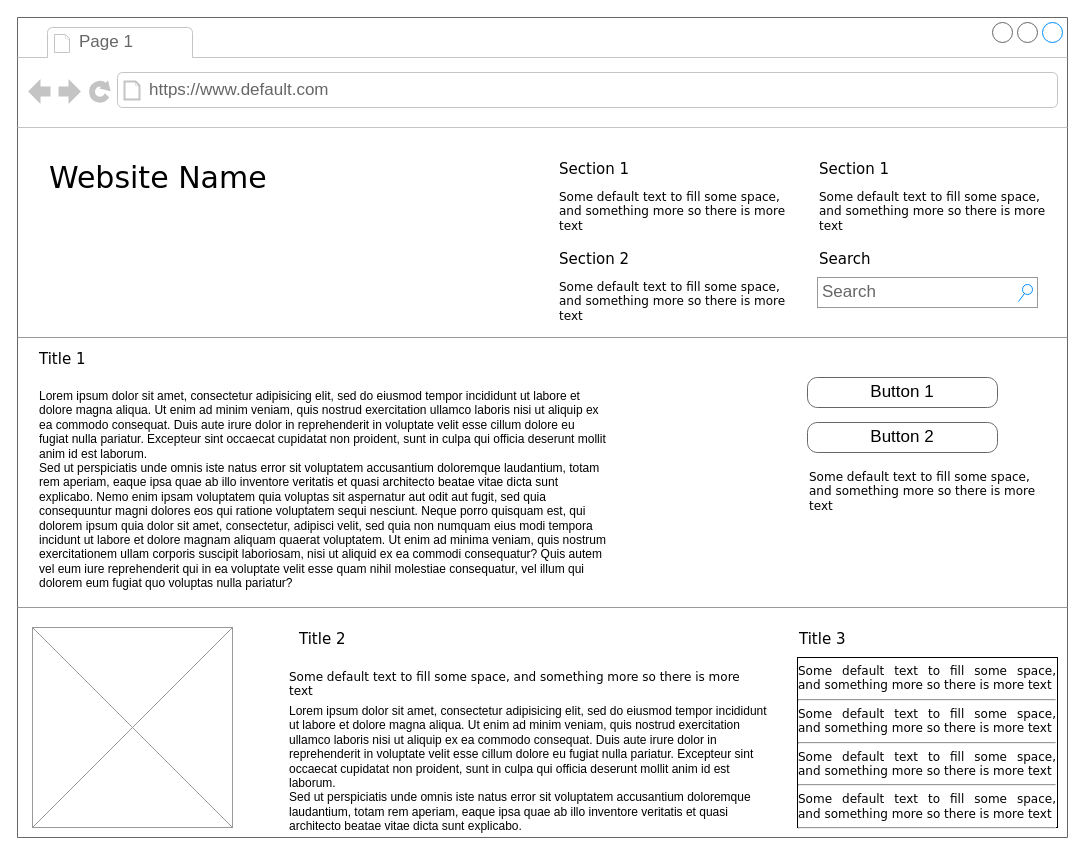
Earlier version of the draw.io diagram Untitled Diagram.drawio (Kimmytee/index.html). Source tidied: cells renumbered, new cells numbered last; positions are measured from the earlier drawing's top-left corner, leaving out a move shared by most shapes. Both pictures are drawn from the tidied source at 100%, with x=0, y=0 at pixel (17, 17).
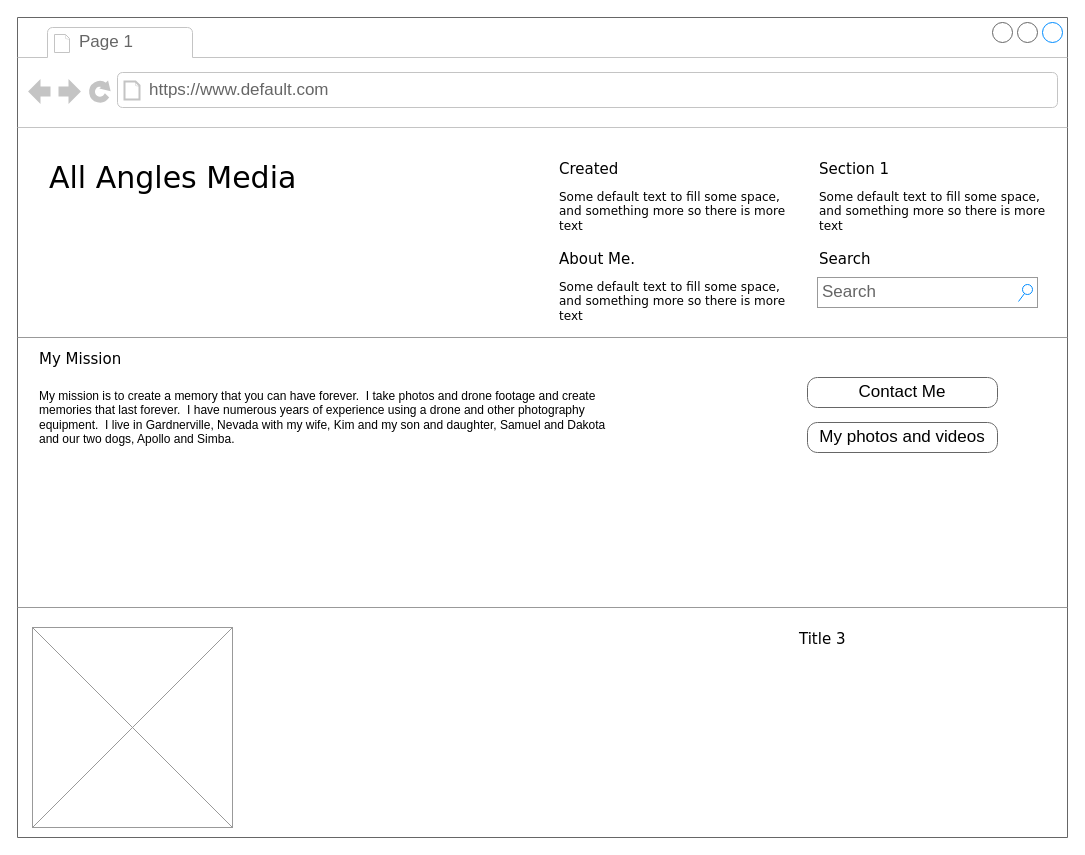
After the change.

Commit message:
All Angles Media website

Unchanged cells that the change refers to:
```xml
<mxCell id="2" style="strokeWidth=1;shadow=0;dashed=0;align=center;html=1;shape=mxgraph.mockup.containers.browserWindow;rSize=0;strokeColor=#666666;mainText=,;rounded=0;labelBackgroundColor=none;fontFamily=Verdana;fontSize=12;" parent="1" vertex="1">
  <mxGeometry width="1050" height="820" as="geometry" />
</mxCell>
```

The edit, as a diff of the source:
```diff
@@
-    <mxCell id="5" value="Website Name" style="text;html=1;align=left;verticalAlign=top;spacingTop=-4;fontSize=30;fontFamily=Verdana;" parent="2" vertex="1">
+    <mxCell id="5" value="All Angles Media&amp;nbsp;" style="text;html=1;align=left;verticalAlign=top;spacingTop=-4;fontSize=30;fontFamily=Verdana;" parent="2" vertex="1">
       <mxGeometry x="30" y="140" width="340" height="50" as="geometry" />
     </mxCell>
-    <mxCell id="6" value="Section 1" style="text;html=1;align=left;verticalAlign=top;spacingTop=-4;fontSize=15;fontFamily=Verdana;" parent="2" vertex="1">
+    <mxCell id="6" value="Created&amp;nbsp;" style="text;html=1;align=left;verticalAlign=top;spacingTop=-4;fontSize=15;fontFamily=Verdana;" parent="2" vertex="1">
       <mxGeometry x="540" y="140" width="170" height="30" as="geometry" />
     </mxCell>
@@
-    <mxCell id="8" value="Section 2" style="text;html=1;align=left;verticalAlign=top;spacingTop=-4;fontSize=15;fontFamily=Verdana;" parent="2" vertex="1">
+    <mxCell id="8" value="About Me.&amp;nbsp;" style="text;html=1;align=left;verticalAlign=top;spacingTop=-4;fontSize=15;fontFamily=Verdana;" parent="2" vertex="1">
       <mxGeometry x="540" y="230" width="170" height="30" as="geometry" />
     </mxCell>
@@
-    <mxCell id="15" value="Title 1" style="text;html=1;align=left;verticalAlign=top;spacingTop=-4;fontSize=15;fontFamily=Verdana;" parent="2" vertex="1">
+    <mxCell id="15" value="My Mission&amp;nbsp;" style="text;html=1;align=left;verticalAlign=top;spacingTop=-4;fontSize=15;fontFamily=Verdana;" parent="2" vertex="1">
       <mxGeometry x="20" y="330" width="170" height="30" as="geometry" />
     </mxCell>
-    <mxCell id="16" value="Lorem ipsum dolor sit amet, consectetur adipisicing elit, sed do eiusmod tempor incididunt ut labore et dolore magna aliqua. Ut enim ad minim veniam, quis nostrud exercitation ullamco laboris nisi ut aliquip ex ea commodo consequat. Duis aute irure dolor in reprehenderit in voluptate velit esse cillum dolore eu fugiat nulla pariatur. Excepteur sint occaecat cupidatat non proident, sunt in culpa qui officia deserunt mollit anim id est laborum.&#10;Sed ut perspiciatis unde omnis iste natus error sit voluptatem accusantium doloremque laudantium, totam rem aperiam, eaque ipsa quae ab illo inventore veritatis et quasi architecto beatae vitae dicta sunt explicabo. Nemo enim ipsam voluptatem quia voluptas sit aspernatur aut odit aut fugit, sed quia consequuntur magni dolores eos qui ratione voluptatem sequi nesciunt. Neque porro quisquam est, qui dolorem ipsum quia dolor sit amet, consectetur, adipisci velit, sed quia non numquam eius modi tempora incidunt ut labore et dolore magnam aliquam quaerat voluptatem. Ut enim ad minima veniam, quis nostrum exercitationem ullam corporis suscipit laboriosam, nisi ut aliquid ex ea commodi consequatur? Quis autem vel eum iure reprehenderit qui in ea voluptate velit esse quam nihil molestiae consequatur, vel illum qui dolorem eum fugiat quo voluptas nulla pariatur?" style="text;spacingTop=-5;whiteSpace=wrap;html=1;align=left;fontSize=12;fontFamily=Helvetica;fillColor=none;strokeColor=none;rounded=0;shadow=1;labelBackgroundColor=none;" parent="2" vertex="1">
+    <mxCell id="16" value="My mission is to create a memory that you can have forever.&amp;nbsp; I take photos and drone footage and create memories that last forever.&amp;nbsp; I have numerous years of experience using a drone and other photography equipment.&amp;nbsp; I live in Gardnerville, Nevada with my wife, Kim and my son and daughter, Samuel and Dakota and our two dogs, Apollo and Simba.&amp;nbsp;&amp;nbsp;" style="text;spacingTop=-5;whiteSpace=wrap;html=1;align=left;fontSize=12;fontFamily=Helvetica;fillColor=none;strokeColor=none;rounded=0;shadow=1;labelBackgroundColor=none;" parent="2" vertex="1">
       <mxGeometry x="20" y="370" width="570" height="240" as="geometry" />
     </mxCell>
-    <mxCell id="17" value="Button 1" style="strokeWidth=1;shadow=0;dashed=0;align=center;html=1;shape=mxgraph.mockup.buttons.button;strokeColor=#666666;mainText=;buttonStyle=round;fontSize=17;fontStyle=0;fillColor=none;whiteSpace=wrap;rounded=0;labelBackgroundColor=none;" parent="2" vertex="1">
+    <mxCell id="17" value="Contact Me" style="strokeWidth=1;shadow=0;dashed=0;align=center;html=1;shape=mxgraph.mockup.buttons.button;strokeColor=#666666;mainText=;buttonStyle=round;fontSize=17;fontStyle=0;fillColor=none;whiteSpace=wrap;rounded=0;labelBackgroundColor=none;" parent="2" vertex="1">
       <mxGeometry x="790" y="360" width="190" height="30" as="geometry" />
     </mxCell>
-    <mxCell id="18" value="Button 2" style="strokeWidth=1;shadow=0;dashed=0;align=center;html=1;shape=mxgraph.mockup.buttons.button;strokeColor=#666666;mainText=;buttonStyle=round;fontSize=17;fontStyle=0;fillColor=none;whiteSpace=wrap;rounded=0;labelBackgroundColor=none;" parent="2" vertex="1">
+    <mxCell id="18" value="My photos and videos" style="strokeWidth=1;shadow=0;dashed=0;align=center;html=1;shape=mxgraph.mockup.buttons.button;strokeColor=#666666;mainText=;buttonStyle=round;fontSize=17;fontStyle=0;fillColor=none;whiteSpace=wrap;rounded=0;labelBackgroundColor=none;" parent="2" vertex="1">
       <mxGeometry x="790" y="405" width="190" height="30" as="geometry" />
     </mxCell>
-    <mxCell id="19" value="Some default text to fill some space, and&amp;nbsp;&lt;span&gt;something more so there is more text&lt;/span&gt;" style="text;html=1;align=left;verticalAlign=top;spacingTop=-4;fontSize=12;fontFamily=Verdana;whiteSpace=wrap;" parent="2" vertex="1">
-      <mxGeometry x="790" y="450" width="240" height="40" as="geometry" />
-    </mxCell>
@@
-    <mxCell id="22" value="Title 2" style="text;html=1;align=left;verticalAlign=top;spacingTop=-4;fontSize=15;fontFamily=Verdana;" parent="2" vertex="1">
-      <mxGeometry x="280" y="610" width="170" height="30" as="geometry" />
-    </mxCell>
@@
-    <mxCell id="24" value="&lt;div style=&quot;text-align: justify&quot;&gt;&lt;span&gt;Some default text to fill some space, and&amp;nbsp;&lt;/span&gt;&lt;span&gt;something more so there is more text&lt;/span&gt;&lt;/div&gt;&lt;div style=&quot;text-align: justify&quot;&gt;&lt;hr id=&quot;null&quot; style=&quot;text-align: justify&quot;&gt;&lt;span&gt;&lt;div style=&quot;text-align: justify&quot;&gt;&lt;span&gt;Some default text to fill some space, and&amp;nbsp;&lt;/span&gt;&lt;span&gt;something more so there is more text&lt;/span&gt;&lt;/div&gt;&lt;/span&gt;&lt;/div&gt;&lt;hr id=&quot;null&quot; style=&quot;text-align: justify&quot;&gt;&lt;span&gt;&lt;div style=&quot;text-align: justify&quot;&gt;&lt;span&gt;Some default text to fill some space, and&amp;nbsp;&lt;/span&gt;&lt;span&gt;something more so there is more text&lt;/span&gt;&lt;/div&gt;&lt;/span&gt;&lt;hr id=&quot;null&quot; style=&quot;text-align: justify&quot;&gt;&lt;span&gt;&lt;div style=&quot;text-align: justify&quot;&gt;&lt;span&gt;Some default text to fill some space, and&amp;nbsp;&lt;/span&gt;&lt;span&gt;something more so there is more text&lt;/span&gt;&lt;/div&gt;&lt;/span&gt;&lt;hr id=&quot;null&quot; style=&quot;text-align: left&quot;&gt;" style="whiteSpace=wrap;html=1;rounded=0;shadow=0;labelBackgroundColor=none;strokeWidth=1;fontFamily=Verdana;fontSize=12;align=center;verticalAlign=top;" parent="2" vertex="1">
-      <mxGeometry x="780" y="640" width="260" height="170" as="geometry" />
-    </mxCell>
-    <mxCell id="25" value="Some default text to fill some space, and&amp;nbsp;&lt;span&gt;something more so there is more text&lt;/span&gt;" style="text;html=1;align=left;verticalAlign=top;spacingTop=-4;fontSize=12;fontFamily=Verdana;whiteSpace=wrap;" parent="2" vertex="1">
-      <mxGeometry x="270" y="650" width="470" height="40" as="geometry" />
-    </mxCell>
-    <mxCell id="26" value="Lorem ipsum dolor sit amet, consectetur adipisicing elit, sed do eiusmod tempor incididunt ut labore et dolore magna aliqua. Ut enim ad minim veniam, quis nostrud exercitation ullamco laboris nisi ut aliquip ex ea commodo consequat. Duis aute irure dolor in reprehenderit in voluptate velit esse cillum dolore eu fugiat nulla pariatur. Excepteur sint occaecat cupidatat non proident, sunt in culpa qui officia deserunt mollit anim id est laborum.&lt;br&gt;Sed ut perspiciatis unde omnis iste natus error sit voluptatem accusantium doloremque laudantium, totam rem aperiam, eaque ipsa quae ab illo inventore veritatis et quasi architecto beatae vitae dicta sunt explicabo.&amp;nbsp;" style="text;spacingTop=-5;whiteSpace=wrap;html=1;align=left;fontSize=12;fontFamily=Helvetica;fillColor=none;strokeColor=none;rounded=0;shadow=1;labelBackgroundColor=none;" parent="1" vertex="1">
-      <mxGeometry x="270" y="685" width="490" height="125" as="geometry" />
-    </mxCell>
```
